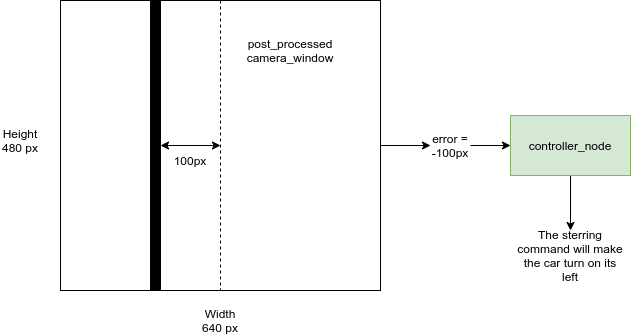
Earlier version of the draw.io export doc/report/Images/command_explanation.png (Jules-Berhault/kart). Source tidied: cells renumbered, new cells last; positions are measured from the earlier drawing's top-left corner, leaving out a move shared by most shapes. The source it was exported from:
```xml
<mxGraphModel>
  <root>
    <mxCell id="0" />
    <mxCell id="1" parent="0" />
    <mxCell id="2" style="edgeStyle=orthogonalEdgeStyle;rounded=0;jettySize=auto;html=1;" parent="1" edge="1" source="3" target="11">
      <mxGeometry relative="1" as="geometry" />
    </mxCell>
    <mxCell id="3" style="rounded=0;whiteSpace=wrap;html=1;" parent="1" vertex="1">
      <mxGeometry x="60" width="320" height="290" as="geometry" />
    </mxCell>
    <mxCell id="4" value="Width 640 px" style="text;html=1;strokeColor=none;fillColor=none;align=center;verticalAlign=middle;whiteSpace=wrap;rounded=0;" parent="1" vertex="1">
      <mxGeometry x="200" y="310" width="40" height="20" as="geometry" />
    </mxCell>
    <mxCell id="5" value="Height&lt;br&gt;480 px" style="text;html=1;strokeColor=none;fillColor=none;align=center;verticalAlign=middle;whiteSpace=wrap;rounded=0;" parent="1" vertex="1">
      <mxGeometry y="130" width="40" height="20" as="geometry" />
    </mxCell>
    <mxCell id="6" style="endArrow=none;dashed=1;html=1;entryX=0.5;entryY=1;entryDx=0;entryDy=0;exitX=0.5;exitY=0;exitDx=0;exitDy=0;" parent="1" edge="1" source="3" target="3">
      <mxGeometry relative="1" as="geometry" />
    </mxCell>
    <mxCell id="7" style="rounded=0;whiteSpace=wrap;html=1;fillColor=#000000;" parent="1" vertex="1">
      <mxGeometry x="150" width="10" height="290" as="geometry" />
    </mxCell>
    <mxCell id="8" style="endArrow=classic;startArrow=classic;html=1;exitX=1;exitY=0.5;exitDx=0;exitDy=0;" parent="1" edge="1" source="7">
      <mxGeometry relative="1" as="geometry">
        <mxPoint x="220" y="145" as="targetPoint" />
      </mxGeometry>
    </mxCell>
    <mxCell id="9" value="100px" style="text;html=1;strokeColor=none;fillColor=none;align=center;verticalAlign=middle;whiteSpace=wrap;rounded=0;" parent="1" vertex="1">
      <mxGeometry x="170" y="150" width="40" height="20" as="geometry" />
    </mxCell>
    <mxCell id="10" style="edgeStyle=orthogonalEdgeStyle;rounded=0;jettySize=auto;html=1;" parent="1" edge="1" source="11" target="13">
      <mxGeometry relative="1" as="geometry" />
    </mxCell>
    <mxCell id="11" value="error = -100px" style="text;html=1;strokeColor=none;fillColor=none;align=center;verticalAlign=middle;whiteSpace=wrap;rounded=0;" parent="1" vertex="1">
      <mxGeometry x="430" y="135" width="40" height="20" as="geometry" />
    </mxCell>
    <mxCell id="12" style="edgeStyle=orthogonalEdgeStyle;rounded=0;jettySize=auto;html=1;" parent="1" edge="1" source="13" target="15">
      <mxGeometry relative="1" as="geometry" />
    </mxCell>
    <mxCell id="13" value="controller_node" style="rounded=0;whiteSpace=wrap;html=1;fillColor=#d5e8d4;strokeColor=#82b366;" parent="1" vertex="1">
      <mxGeometry x="510" y="115" width="120" height="60" as="geometry" />
    </mxCell>
    <mxCell id="14" value="post_processed camera_window" style="text;html=1;strokeColor=none;fillColor=none;align=center;verticalAlign=middle;whiteSpace=wrap;rounded=0;" parent="1" vertex="1">
      <mxGeometry x="270" y="40" width="40" height="20" as="geometry" />
    </mxCell>
    <mxCell id="15" value="The sterring command will make the car turn on its left" style="text;html=1;strokeColor=none;fillColor=none;align=center;verticalAlign=middle;whiteSpace=wrap;rounded=0;" parent="1" vertex="1">
      <mxGeometry x="515" y="230" width="110" height="50" as="geometry" />
    </mxCell>
  </root>
</mxGraphModel>
```
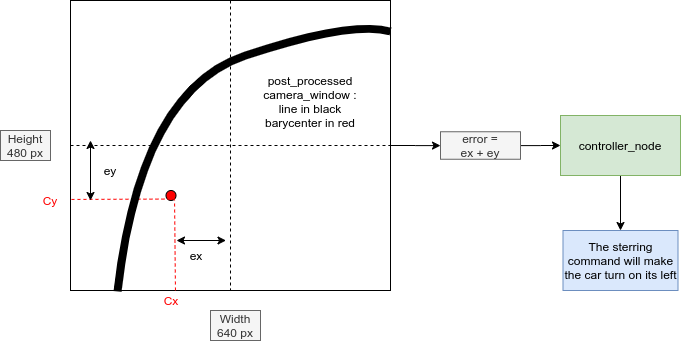
The same diagram one commit later.

The edit, as a diff of the source:
```diff
@@ -8,43 +8,77 @@
     <mxCell id="3" style="rounded=0;whiteSpace=wrap;html=1;" parent="1" vertex="1">
       <mxGeometry x="60" width="320" height="290" as="geometry" />
     </mxCell>
-    <mxCell id="4" value="Width 640 px" style="text;html=1;strokeColor=none;fillColor=none;align=center;verticalAlign=middle;whiteSpace=wrap;rounded=0;" parent="1" vertex="1">
-      <mxGeometry x="200" y="310" width="40" height="20" as="geometry" />
+    <mxCell id="4" value="Width 640 px" style="text;html=1;strokeColor=#666666;fillColor=#f5f5f5;align=center;verticalAlign=middle;whiteSpace=wrap;rounded=0;fontColor=#333333;" parent="1" vertex="1">
+      <mxGeometry x="200" y="310" width="50" height="30" as="geometry" />
     </mxCell>
-    <mxCell id="5" value="Height&lt;br&gt;480 px" style="text;html=1;strokeColor=none;fillColor=none;align=center;verticalAlign=middle;whiteSpace=wrap;rounded=0;" parent="1" vertex="1">
-      <mxGeometry y="130" width="40" height="20" as="geometry" />
+    <mxCell id="5" value="Height&lt;br&gt;480 px" style="text;html=1;strokeColor=#666666;fillColor=#f5f5f5;align=center;verticalAlign=middle;whiteSpace=wrap;rounded=0;fontColor=#333333;" parent="1" vertex="1">
+      <mxGeometry x="-10" y="130" width="50" height="30" as="geometry" />
     </mxCell>
     <mxCell id="6" style="endArrow=none;dashed=1;html=1;entryX=0.5;entryY=1;entryDx=0;entryDy=0;exitX=0.5;exitY=0;exitDx=0;exitDy=0;" parent="1" edge="1" source="3" target="3">
       <mxGeometry relative="1" as="geometry" />
     </mxCell>
-    <mxCell id="7" style="rounded=0;whiteSpace=wrap;html=1;fillColor=#000000;" parent="1" vertex="1">
-      <mxGeometry x="150" width="10" height="290" as="geometry" />
-    </mxCell>
-    <mxCell id="8" style="endArrow=classic;startArrow=classic;html=1;exitX=1;exitY=0.5;exitDx=0;exitDy=0;" parent="1" edge="1" source="7">
-      <mxGeometry relative="1" as="geometry">
-        <mxPoint x="220" y="145" as="targetPoint" />
-      </mxGeometry>
-    </mxCell>
-    <mxCell id="9" value="100px" style="text;html=1;strokeColor=none;fillColor=none;align=center;verticalAlign=middle;whiteSpace=wrap;rounded=0;" parent="1" vertex="1">
-      <mxGeometry x="170" y="150" width="40" height="20" as="geometry" />
-    </mxCell>
     <mxCell id="10" style="edgeStyle=orthogonalEdgeStyle;rounded=0;jettySize=auto;html=1;" parent="1" edge="1" source="11" target="13">
       <mxGeometry relative="1" as="geometry" />
     </mxCell>
-    <mxCell id="11" value="error = -100px" style="text;html=1;strokeColor=none;fillColor=none;align=center;verticalAlign=middle;whiteSpace=wrap;rounded=0;" parent="1" vertex="1">
-      <mxGeometry x="430" y="135" width="40" height="20" as="geometry" />
+    <mxCell id="11" value="error =&lt;br&gt;ex + ey" style="text;html=1;strokeColor=#666666;fillColor=#f5f5f5;align=center;verticalAlign=middle;whiteSpace=wrap;rounded=0;fontColor=#333333;" parent="1" vertex="1">
+      <mxGeometry x="430" y="131.2" width="80" height="27.5" as="geometry" />
     </mxCell>
     <mxCell id="12" style="edgeStyle=orthogonalEdgeStyle;rounded=0;jettySize=auto;html=1;" parent="1" edge="1" source="13" target="15">
       <mxGeometry relative="1" as="geometry" />
     </mxCell>
     <mxCell id="13" value="controller_node" style="rounded=0;whiteSpace=wrap;html=1;fillColor=#d5e8d4;strokeColor=#82b366;" parent="1" vertex="1">
-      <mxGeometry x="510" y="115" width="120" height="60" as="geometry" />
+      <mxGeometry x="550" y="115" width="120" height="60" as="geometry" />
     </mxCell>
-    <mxCell id="14" value="post_processed camera_window" style="text;html=1;strokeColor=none;fillColor=none;align=center;verticalAlign=middle;whiteSpace=wrap;rounded=0;" parent="1" vertex="1">
-      <mxGeometry x="270" y="40" width="40" height="20" as="geometry" />
+    <mxCell id="14" value="post_processed camera_window :&lt;br&gt;line in black&lt;br&gt;barycenter in red" style="text;html=1;strokeColor=none;fillColor=none;align=center;verticalAlign=middle;whiteSpace=wrap;rounded=0;" parent="1" vertex="1">
+      <mxGeometry x="240" y="71.2" width="120" height="60" as="geometry" />
     </mxCell>
-    <mxCell id="15" value="The sterring command will make the car turn on its left" style="text;html=1;strokeColor=none;fillColor=none;align=center;verticalAlign=middle;whiteSpace=wrap;rounded=0;" parent="1" vertex="1">
-      <mxGeometry x="515" y="230" width="110" height="50" as="geometry" />
+    <mxCell id="15" value="The sterring command will make the car turn on its left" style="text;html=1;strokeColor=#6c8ebf;fillColor=#dae8fc;align=center;verticalAlign=middle;whiteSpace=wrap;rounded=0;" parent="1" vertex="1">
+      <mxGeometry x="552.5" y="230" width="115" height="60" as="geometry" />
     </mxCell>
+    <mxCell id="16" style="ellipse;whiteSpace=wrap;html=1;fillColor=#FF0000;" parent="1" vertex="1">
+      <mxGeometry x="155.5" y="190" width="10" height="10" as="geometry" />
+    </mxCell>
+    <mxCell id="17" style="endArrow=none;dashed=1;html=1;exitX=0;exitY=0.5;exitDx=0;exitDy=0;entryX=1;entryY=0.5;entryDx=0;entryDy=0;" parent="1" edge="1" source="3" target="3">
+      <mxGeometry relative="1" as="geometry" />
+    </mxCell>
+    <mxCell id="18" style="endArrow=none;dashed=1;html=1;entryX=1;entryY=1;entryDx=0;entryDy=0;exitX=0.328;exitY=1;exitDx=0;exitDy=0;exitPerimeter=0;strokeColor=#FF0000;" parent="1" edge="1" source="3" target="16">
+      <mxGeometry relative="1" as="geometry" />
+    </mxCell>
+    <mxCell id="19" style="endArrow=none;dashed=1;html=1;strokeColor=#FF0000;entryX=1;entryY=1;entryDx=0;entryDy=0;exitX=0.003;exitY=0.686;exitDx=0;exitDy=0;exitPerimeter=0;" parent="1" edge="1" source="3" target="16">
+      <mxGeometry relative="1" as="geometry" />
+    </mxCell>
+    <mxCell id="20" value="Cx" style="text;html=1;align=center;verticalAlign=middle;whiteSpace=wrap;rounded=0;fillColor=none;fontColor=#FF0000;" parent="1" vertex="1">
+      <mxGeometry x="140.5" y="290" width="40" height="20" as="geometry" />
+    </mxCell>
+    <mxCell id="21" value="Cy" style="text;html=1;strokeColor=none;fillColor=none;align=center;verticalAlign=middle;whiteSpace=wrap;rounded=0;fontColor=#FF0000;" parent="1" vertex="1">
+      <mxGeometry x="20" y="190" width="40" height="20" as="geometry" />
+    </mxCell>
+    <mxCell id="22" style="endArrow=classic;startArrow=classic;html=1;strokeColor=#000000;fontColor=#FF0000;" parent="1" edge="1">
+      <mxGeometry relative="1" as="geometry">
+        <mxPoint x="166" y="240" as="sourcePoint" />
+        <mxPoint x="215.5" y="240" as="targetPoint" />
+      </mxGeometry>
+    </mxCell>
+    <mxCell id="23" value="ex" style="text;html=1;strokeColor=none;fillColor=none;align=center;verticalAlign=middle;whiteSpace=wrap;rounded=0;fontColor=#000000;" parent="1" vertex="1">
+      <mxGeometry x="165.5" y="245" width="40" height="20" as="geometry" />
+    </mxCell>
+    <mxCell id="24" style="endArrow=classic;startArrow=classic;html=1;strokeColor=#000000;fontColor=#000000;" parent="1" edge="1">
+      <mxGeometry relative="1" as="geometry">
+        <mxPoint x="80" y="200" as="sourcePoint" />
+        <mxPoint x="80" y="140" as="targetPoint" />
+      </mxGeometry>
+    </mxCell>
+    <mxCell id="25" value="ey" style="text;html=1;strokeColor=none;fillColor=none;align=center;verticalAlign=middle;whiteSpace=wrap;rounded=0;fontColor=#000000;" parent="1" vertex="1">
+      <mxGeometry x="80" y="160" width="40" height="20" as="geometry" />
+    </mxCell>
+    <mxCell id="26" style="curved=1;endArrow=none;html=1;strokeColor=#000000;fontColor=#000000;endFill=0;strokeWidth=8;exitX=0.147;exitY=1.003;exitDx=0;exitDy=0;exitPerimeter=0;" parent="1" edge="1" source="3">
+      <mxGeometry relative="1" as="geometry">
+        <mxPoint x="380" y="31" as="targetPoint" />
+        <Array as="points">
+          <mxPoint x="130" y="90" />
+          <mxPoint x="340" y="20" />
+        </Array>
+      </mxGeometry>
+    </mxCell>
   </root>
 </mxGraphModel>
```
